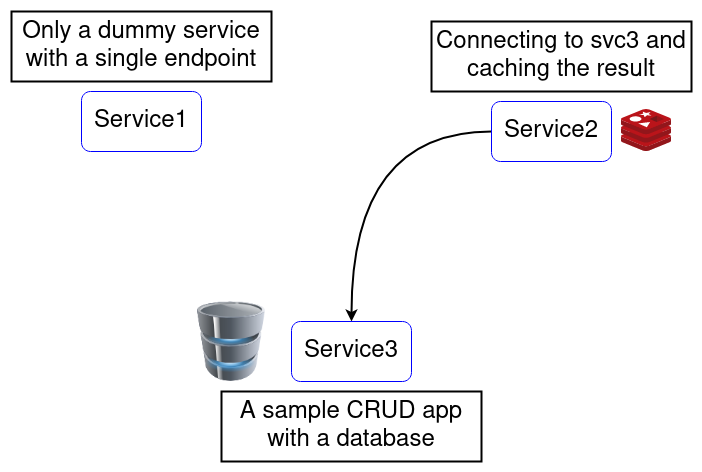
The draw.io diagram docs/static/arch.png in meysam81/dockercon2022-talk, before a commit. Source tidied: cells renumbered, new cells last; positions are measured from the earlier drawing's top-left corner, leaving out a move shared by most shapes. The source it was exported from:
```xml
<mxGraphModel>
  <root>
    <mxCell id="0" />
    <mxCell id="1" parent="0" />
    <mxCell id="2" value="&lt;font style=&quot;font-size: 24px&quot;&gt;Service1&lt;/font&gt;" style="rounded=1;whiteSpace=wrap;html=1;strokeColor=#0000FF;" parent="1" vertex="1">
      <mxGeometry x="70" y="80" width="120" height="60" as="geometry" />
    </mxCell>
    <mxCell id="3" value="Only a dummy service with a single endpoint" style="text;html=1;strokeColor=default;fillColor=none;align=center;verticalAlign=middle;whiteSpace=wrap;rounded=0;fontSize=24;strokeWidth=2;" parent="1" vertex="1">
      <mxGeometry width="260" height="70" as="geometry" />
    </mxCell>
    <mxCell id="4" style="edgeStyle=orthogonalEdgeStyle;jettySize=auto;html=1;entryX=0.5;entryY=0;entryDx=0;entryDy=0;fontSize=24;curved=1;strokeWidth=2;" parent="1" edge="1" source="5" target="7">
      <mxGeometry relative="1" as="geometry" />
    </mxCell>
    <mxCell id="5" value="&lt;div&gt;&lt;font style=&quot;font-size: 24px&quot;&gt;Service2&lt;/font&gt;&lt;/div&gt;" style="rounded=1;whiteSpace=wrap;html=1;strokeColor=#0000FF;" parent="1" vertex="1">
      <mxGeometry x="480" y="90" width="120" height="60" as="geometry" />
    </mxCell>
    <mxCell id="6" value="Connecting to svc3 and caching the result" style="text;html=1;strokeColor=default;fillColor=none;align=center;verticalAlign=middle;whiteSpace=wrap;rounded=0;fontSize=24;strokeWidth=2;" parent="1" vertex="1">
      <mxGeometry x="420" y="10" width="260" height="70" as="geometry" />
    </mxCell>
    <mxCell id="7" value="&lt;div&gt;&lt;font style=&quot;font-size: 24px&quot;&gt;Service3&lt;/font&gt;&lt;/div&gt;" style="rounded=1;whiteSpace=wrap;html=1;strokeColor=#0000FF;" parent="1" vertex="1">
      <mxGeometry x="280" y="310" width="120" height="60" as="geometry" />
    </mxCell>
    <mxCell id="8" value="A sample CRUD app with a database" style="text;html=1;strokeColor=default;fillColor=none;align=center;verticalAlign=middle;whiteSpace=wrap;rounded=0;fontSize=24;strokeWidth=2;" parent="1" vertex="1">
      <mxGeometry x="210" y="380" width="260" height="70" as="geometry" />
    </mxCell>
    <mxCell id="9" style="sketch=0;html=1;align=center;image;fontSize=12;image=img/lib/mscae/Cache_Redis_Product.svg;strokeColor=#0000FF;strokeWidth=2;" parent="1" vertex="1">
      <mxGeometry x="610" y="98" width="50" height="42" as="geometry" />
    </mxCell>
    <mxCell id="10" style="image;html=1;image=img/lib/clip_art/computers/Database_128x128.png;fontSize=24;strokeColor=#0000FF;strokeWidth=2;" parent="1" vertex="1">
      <mxGeometry x="180" y="290" width="80" height="80" as="geometry" />
    </mxCell>
  </root>
</mxGraphModel>
```
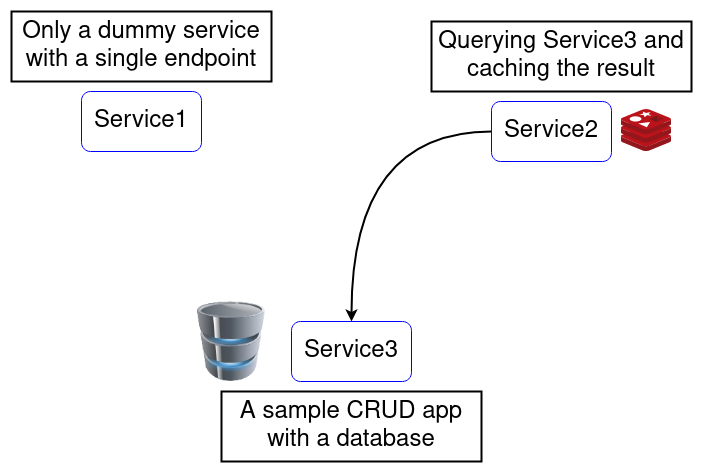
Above is the later version.

The edit, as a diff of the source:
```diff
@@ -14,7 +14,7 @@
     <mxCell id="5" value="&lt;div&gt;&lt;font style=&quot;font-size: 24px&quot;&gt;Service2&lt;/font&gt;&lt;/div&gt;" style="rounded=1;whiteSpace=wrap;html=1;strokeColor=#0000FF;" parent="1" vertex="1">
       <mxGeometry x="480" y="90" width="120" height="60" as="geometry" />
     </mxCell>
-    <mxCell id="6" value="Connecting to svc3 and caching the result" style="text;html=1;strokeColor=default;fillColor=none;align=center;verticalAlign=middle;whiteSpace=wrap;rounded=0;fontSize=24;strokeWidth=2;" parent="1" vertex="1">
+    <mxCell id="6" value="Querying Service3 and caching the result" style="text;html=1;strokeColor=default;fillColor=none;align=center;verticalAlign=middle;whiteSpace=wrap;rounded=0;fontSize=24;strokeWidth=2;" parent="1" vertex="1">
       <mxGeometry x="420" y="10" width="260" height="70" as="geometry" />
     </mxCell>
     <mxCell id="7" value="&lt;div&gt;&lt;font style=&quot;font-size: 24px&quot;&gt;Service3&lt;/font&gt;&lt;/div&gt;" style="rounded=1;whiteSpace=wrap;html=1;strokeColor=#0000FF;" parent="1" vertex="1">
```
